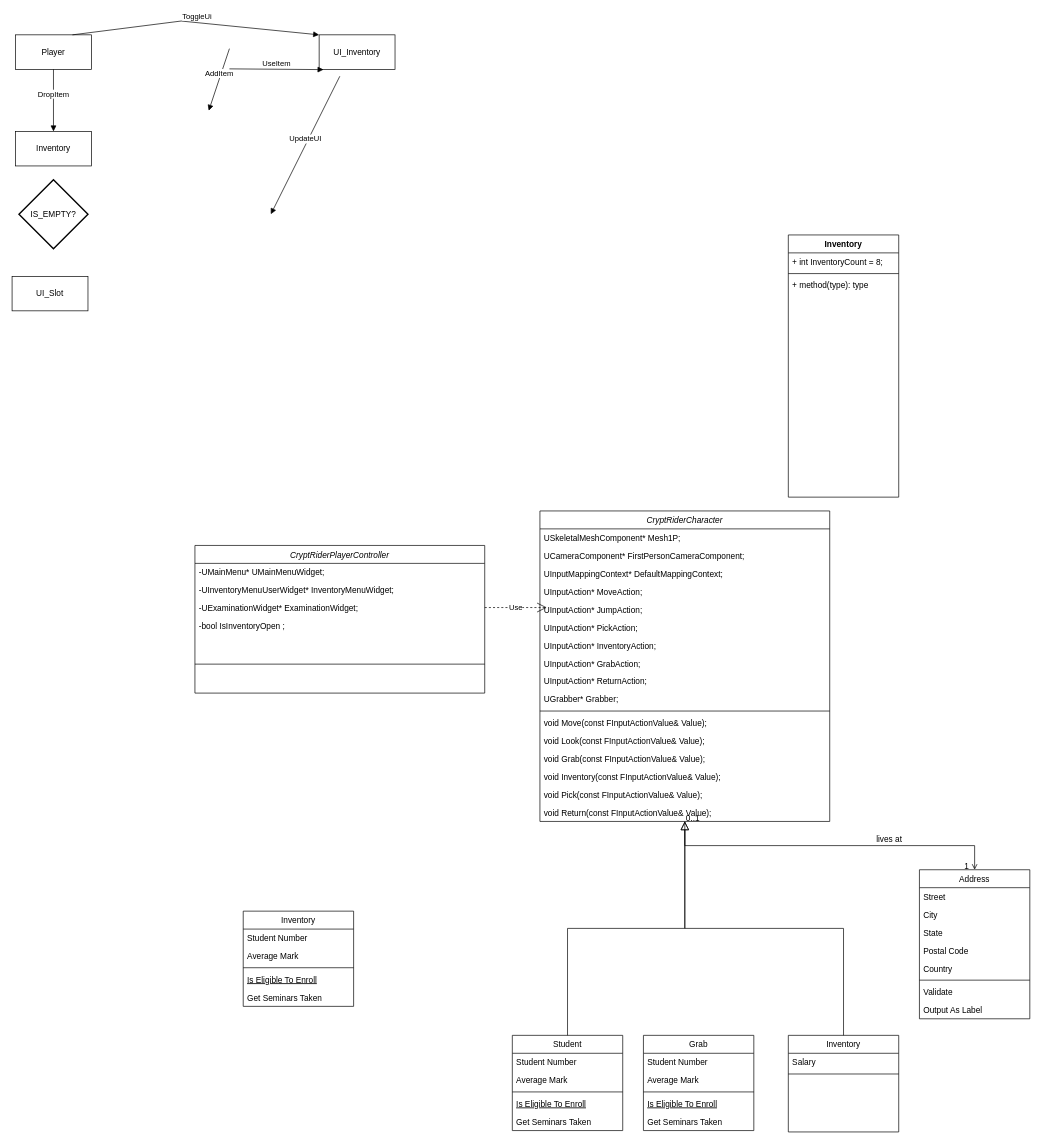
Before: CryptRider.drawio in beeseo147/CryptRider, a draw.io diagram. Source tidied: cells renumbered, new cells numbered last; positions are measured from the earlier drawing's top-left corner, leaving out a move shared by most shapes. Both pictures are drawn from the tidied source at 69%, with x=0, y=0 at pixel (12, 21).
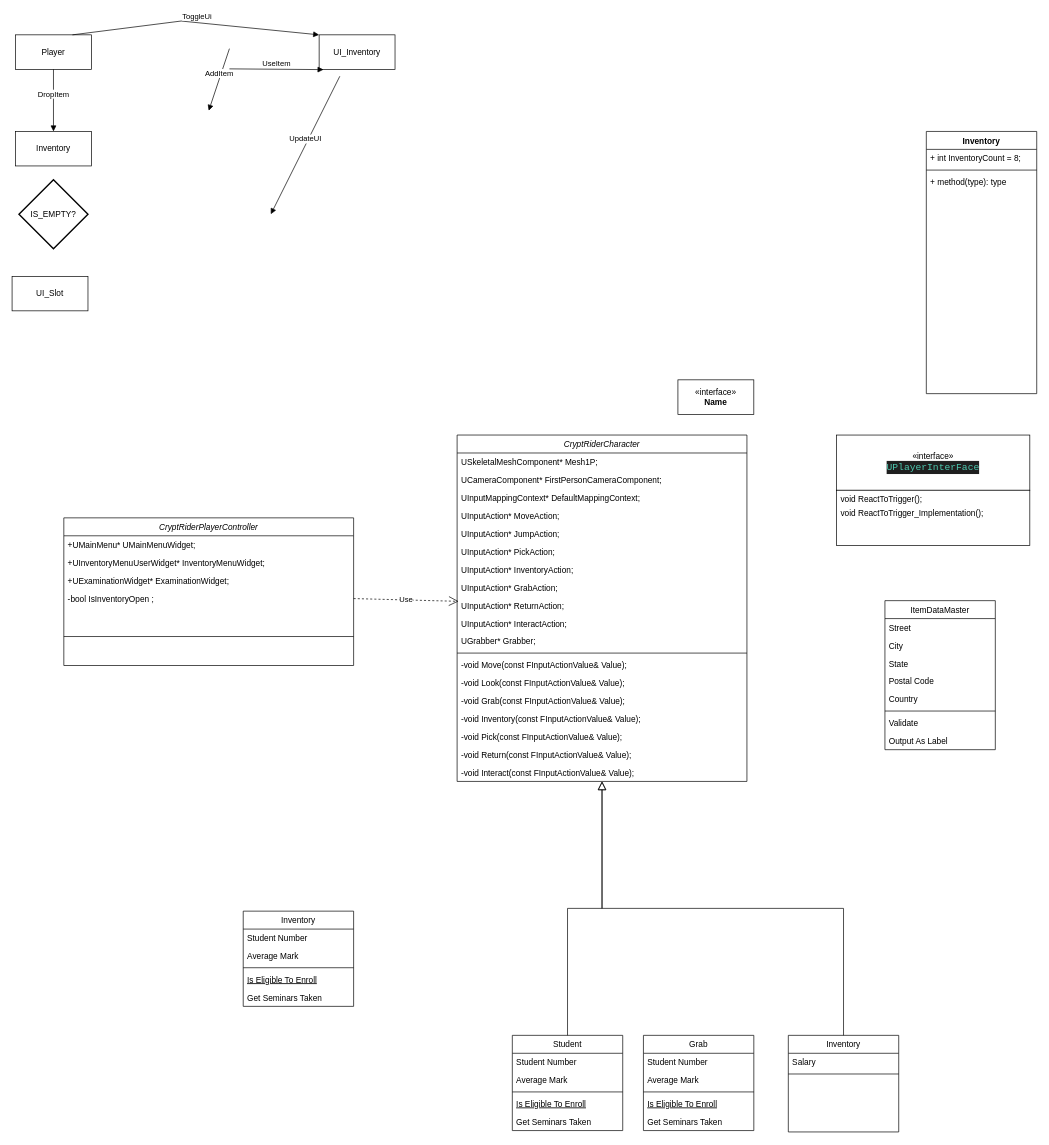
The same diagram, later.

Unchanged cells that the change refers to:
```xml
<mxCell id="11" value="UInputAction* ReturnAction;" style="text;align=left;verticalAlign=top;spacingLeft=4;spacingRight=4;overflow=hidden;points=[[0,0.5],[1,0.5]];portConstraint=eastwest;rounded=0;shadow=0;html=0;" parent="2" vertex="1">
  <mxGeometry y="234" width="420" height="26" as="geometry" />
</mxCell>
<mxCell id="60" value="-bool IsInventoryOpen ;" style="text;align=left;verticalAlign=top;spacingLeft=4;spacingRight=4;overflow=hidden;points=[[0,0.5],[1,0.5]];portConstraint=eastwest;rounded=0;shadow=0;html=0;" parent="56" vertex="1">
  <mxGeometry y="104" width="420" height="26" as="geometry" />
</mxCell>
```

Diff of the diagram source:
```diff
@@
     <mxCell id="2" value="CryptRiderCharacter&#10;" style="swimlane;fontStyle=2;align=center;verticalAlign=top;horizontal=1;startSize=26;rounded=0;shadow=0;strokeWidth=1;" parent="1" vertex="1">
-      <mxGeometry x="765" y="710" width="420" height="450" as="geometry" />
+      <mxGeometry x="645" y="600" width="420" height="502" as="geometry" />
     </mxCell>
@@
+    <mxCell id="77" value="UInputAction* InteractAction;" style="text;align=left;verticalAlign=top;spacingLeft=4;spacingRight=4;overflow=hidden;rounded=0;shadow=0;html=0;" parent="2" vertex="1">
+      <mxGeometry y="260" width="420" height="26" as="geometry" />
+    </mxCell>
     <mxCell id="12" value="UGrabber* Grabber;" style="text;align=left;verticalAlign=top;spacingLeft=4;spacingRight=4;overflow=hidden;rounded=0;shadow=0;html=0;" parent="2" vertex="1">
-      <mxGeometry y="260" width="420" height="26" as="geometry" />
+      <mxGeometry y="286" width="420" height="26" as="geometry" />
     </mxCell>
     <mxCell id="13" style="line;html=1;strokeWidth=1;align=left;verticalAlign=middle;spacingTop=-1;spacingLeft=3;spacingRight=3;labelPosition=right;" parent="2" vertex="1">
-      <mxGeometry y="286" width="420" height="8" as="geometry" />
+      <mxGeometry y="312" width="420" height="8" as="geometry" />
     </mxCell>
-    <mxCell id="14" value="void Move(const FInputActionValue&amp; Value);" style="text;align=left;verticalAlign=top;spacingLeft=4;spacingRight=4;overflow=hidden;" parent="2" vertex="1">
-      <mxGeometry y="294" width="420" height="26" as="geometry" />
+    <mxCell id="14" value="-void Move(const FInputActionValue&amp; Value);" style="text;align=left;verticalAlign=top;spacingLeft=4;spacingRight=4;overflow=hidden;" parent="2" vertex="1">
+      <mxGeometry y="320" width="420" height="26" as="geometry" />
     </mxCell>
-    <mxCell id="15" value="void Look(const FInputActionValue&amp; Value);" style="text;align=left;verticalAlign=top;spacingLeft=4;spacingRight=4;overflow=hidden;" parent="2" vertex="1">
-      <mxGeometry y="320" width="420" height="26" as="geometry" />
+    <mxCell id="15" value="-void Look(const FInputActionValue&amp; Value);" style="text;align=left;verticalAlign=top;spacingLeft=4;spacingRight=4;overflow=hidden;" parent="2" vertex="1">
+      <mxGeometry y="346" width="420" height="26" as="geometry" />
     </mxCell>
-    <mxCell id="16" value="void Grab(const FInputActionValue&amp; Value);" style="text;align=left;verticalAlign=top;spacingLeft=4;spacingRight=4;overflow=hidden;" parent="2" vertex="1">
-      <mxGeometry y="346" width="420" height="26" as="geometry" />
+    <mxCell id="16" value="-void Grab(const FInputActionValue&amp; Value);" style="text;align=left;verticalAlign=top;spacingLeft=4;spacingRight=4;overflow=hidden;" parent="2" vertex="1">
+      <mxGeometry y="372" width="420" height="26" as="geometry" />
     </mxCell>
-    <mxCell id="17" value="void Inventory(const FInputActionValue&amp; Value);" style="text;align=left;verticalAlign=top;spacingLeft=4;spacingRight=4;overflow=hidden;" parent="2" vertex="1">
-      <mxGeometry y="372" width="420" height="26" as="geometry" />
+    <mxCell id="17" value="-void Inventory(const FInputActionValue&amp; Value);" style="text;align=left;verticalAlign=top;spacingLeft=4;spacingRight=4;overflow=hidden;" parent="2" vertex="1">
+      <mxGeometry y="398" width="420" height="26" as="geometry" />
     </mxCell>
-    <mxCell id="18" value="void Pick(const FInputActionValue&amp; Value);" style="text;align=left;verticalAlign=top;spacingLeft=4;spacingRight=4;overflow=hidden;" parent="2" vertex="1">
-      <mxGeometry y="398" width="420" height="26" as="geometry" />
+    <mxCell id="18" value="-void Pick(const FInputActionValue&amp; Value);" style="text;align=left;verticalAlign=top;spacingLeft=4;spacingRight=4;overflow=hidden;" parent="2" vertex="1">
+      <mxGeometry y="424" width="420" height="26" as="geometry" />
     </mxCell>
-    <mxCell id="19" value="void Return(const FInputActionValue&amp; Value);" style="text;align=left;verticalAlign=top;spacingLeft=4;spacingRight=4;overflow=hidden;" parent="2" vertex="1">
-      <mxGeometry y="424" width="420" height="26" as="geometry" />
+    <mxCell id="19" value="-void Return(const FInputActionValue&amp; Value);" style="text;align=left;verticalAlign=top;spacingLeft=4;spacingRight=4;overflow=hidden;" parent="2" vertex="1">
+      <mxGeometry y="450" width="420" height="26" as="geometry" />
     </mxCell>
+    <mxCell id="78" value="-void Interact(const FInputActionValue&amp; Value);" style="text;align=left;verticalAlign=top;spacingLeft=4;spacingRight=4;overflow=hidden;" parent="2" vertex="1">
+      <mxGeometry y="476" width="420" height="26" as="geometry" />
+    </mxCell>
@@
-    <mxCell id="31" value="Address" style="swimlane;fontStyle=0;align=center;verticalAlign=top;horizontal=1;startSize=26;rounded=0;shadow=0;strokeWidth=1;" parent="1" vertex="1">
-      <mxGeometry x="1315" y="1230" width="160" height="216" as="geometry" />
+    <mxCell id="31" value="ItemDataMaster&#10;" style="swimlane;fontStyle=0;align=center;verticalAlign=top;horizontal=1;startSize=26;rounded=0;shadow=0;strokeWidth=1;" parent="1" vertex="1">
+      <mxGeometry x="1265" y="840" width="160" height="216" as="geometry" />
     </mxCell>
@@
-    <mxCell id="40" style="endArrow=open;shadow=0;strokeWidth=1;rounded=0;curved=0;endFill=1;edgeStyle=elbowEdgeStyle;elbow=vertical;" parent="1" edge="1" source="2" target="31">
-      <mxGeometry x="0.5" y="41" relative="1" as="geometry">
-        <mxPoint x="-40" y="32" as="offset" />
-      </mxGeometry>
-    </mxCell>
-    <mxCell id="41" value="0..1" style="align=left;verticalAlign=bottom;labelBackgroundColor=none;fontSize=12;" parent="40" vertex="1">
-      <mxGeometry x="-1" relative="1" as="geometry">
-        <mxPoint y="4" as="offset" />
-      </mxGeometry>
-    </mxCell>
-    <mxCell id="42" value="1" style="align=right;verticalAlign=bottom;labelBackgroundColor=none;fontSize=12;" parent="40" vertex="1">
-      <mxGeometry x="1" relative="1" as="geometry">
-        <mxPoint x="-7" y="4" as="offset" />
-      </mxGeometry>
-    </mxCell>
-    <mxCell id="43" value="lives at" style="text;html=1;align=center;verticalAlign=middle;labelBackgroundColor=none;rounded=0;shadow=0;strokeWidth=1;fontSize=12;" parent="40" vertex="1">
-      <mxGeometry x="0.5" y="49" relative="1" as="geometry">
-        <mxPoint x="-38" y="40" as="offset" />
-      </mxGeometry>
-    </mxCell>
@@
     <mxCell id="56" value="CryptRiderPlayerController&#10;" style="swimlane;fontStyle=2;align=center;verticalAlign=top;horizontal=1;startSize=26;rounded=0;shadow=0;strokeWidth=1;" parent="1" vertex="1">
-      <mxGeometry x="265" y="760" width="420" height="214" as="geometry" />
+      <mxGeometry x="75" y="720" width="420" height="214" as="geometry" />
     </mxCell>
-    <mxCell id="57" value="-UMainMenu* UMainMenuWidget;" style="text;align=left;verticalAlign=top;spacingLeft=4;spacingRight=4;overflow=hidden;rounded=0;shadow=0;html=0;" parent="56" vertex="1">
+    <mxCell id="57" value="+UMainMenu* UMainMenuWidget;" style="text;align=left;verticalAlign=top;spacingLeft=4;spacingRight=4;overflow=hidden;rounded=0;shadow=0;html=0;" parent="56" vertex="1">
       <mxGeometry y="26" width="420" height="26" as="geometry" />
     </mxCell>
-    <mxCell id="58" value="-UInventoryMenuUserWidget* InventoryMenuWidget;" style="text;align=left;verticalAlign=top;spacingLeft=4;spacingRight=4;overflow=hidden;rounded=0;shadow=0;html=0;" parent="56" vertex="1">
+    <mxCell id="58" value="+UInventoryMenuUserWidget* InventoryMenuWidget;" style="text;align=left;verticalAlign=top;spacingLeft=4;spacingRight=4;overflow=hidden;rounded=0;shadow=0;html=0;" parent="56" vertex="1">
       <mxGeometry y="52" width="420" height="26" as="geometry" />
     </mxCell>
-    <mxCell id="59" value="-UExaminationWidget* ExaminationWidget;" style="text;align=left;verticalAlign=top;spacingLeft=4;spacingRight=4;overflow=hidden;rounded=0;shadow=0;html=0;" parent="56" vertex="1">
+    <mxCell id="59" value="+UExaminationWidget* ExaminationWidget;" style="text;align=left;verticalAlign=top;spacingLeft=4;spacingRight=4;overflow=hidden;rounded=0;shadow=0;html=0;" parent="56" vertex="1">
       <mxGeometry y="78" width="420" height="26" as="geometry" />
     </mxCell>
@@
     <mxCell id="62" value="Inventory&lt;div&gt;&lt;br&gt;&lt;/div&gt;" style="swimlane;fontStyle=1;align=center;verticalAlign=top;horizontal=1;startSize=26;whiteSpace=wrap;html=1;" parent="1" vertex="1">
-      <mxGeometry x="1125" y="310" width="160" height="380" as="geometry" />
+      <mxGeometry x="1325" y="160" width="160" height="380" as="geometry" />
     </mxCell>
@@
-    <mxCell id="76" value="Use" style="endArrow=open;endSize=12;dashed=1;html=1;rounded=0;" parent="1" edge="1">
-      <mxGeometry relative="1" as="geometry">
-        <mxPoint x="685" y="850" as="sourcePoint" />
-        <mxPoint x="775" y="850" as="targetPoint" />
-      </mxGeometry>
+    <mxCell id="76" value="Use" style="endArrow=open;endSize=12;dashed=1;html=1;rounded=0;exitX=1;exitY=0.5;exitDx=0;exitDy=0;entryX=0.005;entryY=0.269;entryDx=0;entryDy=0;entryPerimeter=0;" parent="1" edge="1" source="60" target="11">
+      <mxGeometry relative="1" as="geometry" />
     </mxCell>
+    <mxCell id="79" value="&amp;laquo;interface&amp;raquo;&lt;br&gt;&lt;b&gt;Name&lt;/b&gt;" style="html=1;whiteSpace=wrap;" parent="1" vertex="1">
+      <mxGeometry x="965" y="520" width="110" height="50" as="geometry" />
+    </mxCell>
+    <mxCell id="80" style="group;" parent="1" vertex="1">
+      <mxGeometry x="1195" y="600" width="280" height="160" as="geometry" />
+    </mxCell>
+    <mxCell id="81" value="«interface»&lt;br&gt;&lt;div style=&quot;color: rgb(204, 204, 204); background-color: rgb(31, 31, 31); font-family: Consolas, &amp;quot;Courier New&amp;quot;, monospace; font-size: 14px; line-height: 19px; white-space: pre;&quot;&gt;&lt;span style=&quot;color: #4ec9b0;&quot;&gt;UPlayerInterFace&lt;/span&gt;&lt;/div&gt;" style="html=1;whiteSpace=wrap;" parent="80" vertex="1">
+      <mxGeometry width="280" height="80" as="geometry" />
+    </mxCell>
+    <mxCell id="82" style="group;" parent="80" vertex="1">
+      <mxGeometry y="80" width="280" height="80" as="geometry" />
+    </mxCell>
+    <mxCell id="83" style="html=1;whiteSpace=wrap;" parent="82" vertex="1">
+      <mxGeometry width="280" height="80" as="geometry" />
+    </mxCell>
+    <mxCell id="84" value="void ReactToTrigger();&#10;" style="text;align=left;verticalAlign=top;spacingLeft=4;spacingRight=4;overflow=hidden;" parent="82" vertex="1">
+      <mxGeometry width="280" height="26" as="geometry" />
+    </mxCell>
+    <mxCell id="85" value="void ReactToTrigger_Implementation();" style="text;align=left;verticalAlign=top;spacingLeft=4;spacingRight=4;overflow=hidden;" parent="82" vertex="1">
+      <mxGeometry y="20" width="280" height="26" as="geometry" />
+    </mxCell>
```
